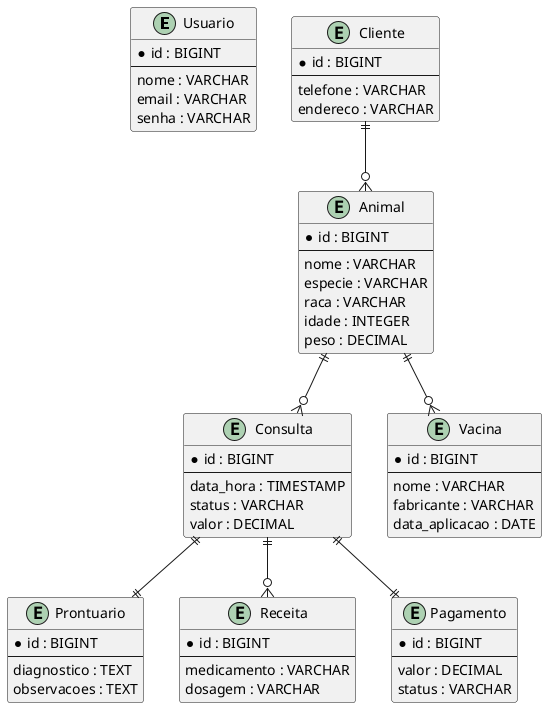
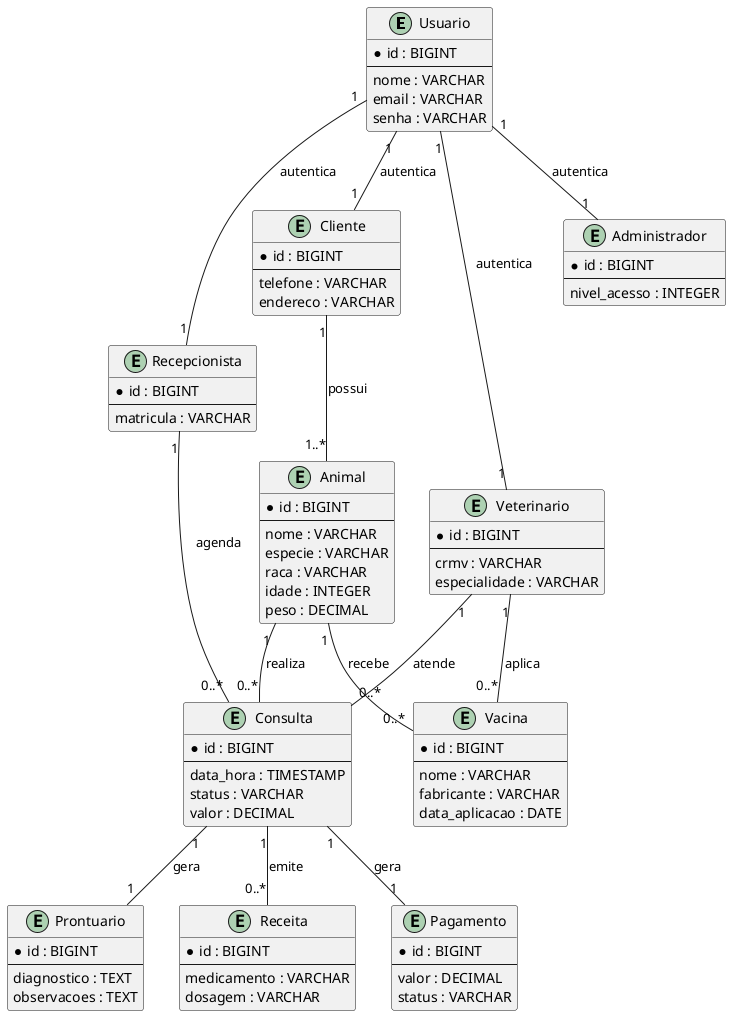
@startuml

entity Usuario {
-     * id : BIGINT
-     --
-     nome : VARCHAR
-     email : VARCHAR
-     senha : VARCHAR
+   * id : BIGINT
+   --
+   nome : VARCHAR
+   email : VARCHAR
+   senha : VARCHAR
}

entity Cliente {
-     * id : BIGINT
-     --
-     telefone : VARCHAR
-     endereco : VARCHAR
+   * id : BIGINT
+   --
+   telefone : VARCHAR
+   endereco : VARCHAR
+ }
+ 
+ entity Recepcionista {
+   * id : BIGINT
+   --
+   matricula : VARCHAR
+ }
+ 
+ entity Veterinario {
+   * id : BIGINT
+   --
+   crmv : VARCHAR
+   especialidade : VARCHAR
+ }
+ 
+ entity Administrador {
+   * id : BIGINT
+   --
+   nivel_acesso : INTEGER
}

entity Animal {
-     * id : BIGINT
-     --
-     nome : VARCHAR
-     especie : VARCHAR
-     raca : VARCHAR
-     idade : INTEGER
-     peso : DECIMAL
+   * id : BIGINT
+   --
+   nome : VARCHAR
+   especie : VARCHAR
+   raca : VARCHAR
+   idade : INTEGER
+   peso : DECIMAL
}

entity Consulta {
-     * id : BIGINT
-     --
-     data_hora : TIMESTAMP
-     status : VARCHAR
-     valor : DECIMAL
+   * id : BIGINT
+   --
+   data_hora : TIMESTAMP
+   status : VARCHAR
+   valor : DECIMAL
+ }
+ 
+ entity Vacina {
+   * id : BIGINT
+   --
+   nome : VARCHAR
+   fabricante : VARCHAR
+   data_aplicacao : DATE
}

entity Prontuario {
-     * id : BIGINT
-     --
-     diagnostico : TEXT
-     observacoes : TEXT
+   * id : BIGINT
+   --
+   diagnostico : TEXT
+   observacoes : TEXT
}

entity Receita {
-     * id : BIGINT
-     --
-     medicamento : VARCHAR
-     dosagem : VARCHAR
- }
- 
- entity Vacina {
-     * id : BIGINT
-     --
-     nome : VARCHAR
-     fabricante : VARCHAR
-     data_aplicacao : DATE
+   * id : BIGINT
+   --
+   medicamento : VARCHAR
+   dosagem : VARCHAR
}

entity Pagamento {
-     * id : BIGINT
-     --
-     valor : DECIMAL
-     status : VARCHAR
+   * id : BIGINT
+   --
+   valor : DECIMAL
+   status : VARCHAR
}

- Cliente ||--o{ Animal
+ Usuario "1" -- "1" Cliente : autentica

- Animal ||--o{ Consulta
+ Usuario "1" -- "1" Recepcionista : autentica

- Consulta ||--|| Prontuario
+ Usuario "1" -- "1" Veterinario : autentica

- Consulta ||--o{ Receita
+ Usuario "1" -- "1" Administrador : autentica

- Animal ||--o{ Vacina
+ Cliente "1" -- "1..*" Animal : possui

- Consulta ||--|| Pagamento
+ Recepcionista "1" -- "0..*" Consulta : agenda
+ 
+ Animal "1" -- "0..*" Consulta : realiza
+ 
+ Veterinario "1" -- "0..*" Consulta : atende
+ 
+ Animal "1" -- "0..*" Vacina : recebe
+ 
+ Veterinario "1" -- "0..*" Vacina : aplica
+ 
+ Consulta "1" -- "1" Prontuario : gera
+ 
+ Consulta "1" -- "0..*" Receita : emite
+ 
+ Consulta "1" -- "1" Pagamento : gera

@enduml
